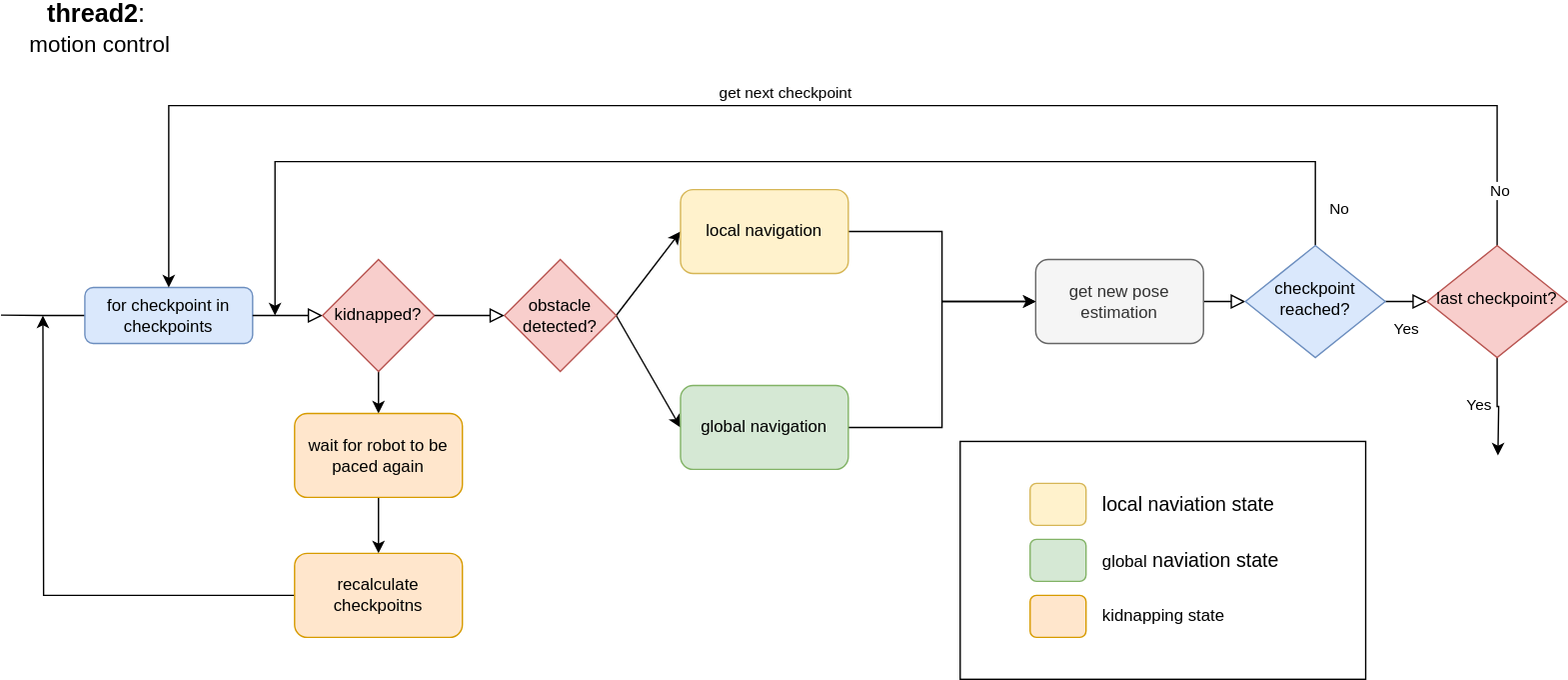
The draw.io diagram media/motor_control_flowchart.svg in LaserLisa/BOMR, before a commit. Source tidied: cells renumbered, new cells last; positions are measured from the earlier drawing's top-left corner, leaving out a move shared by most shapes.
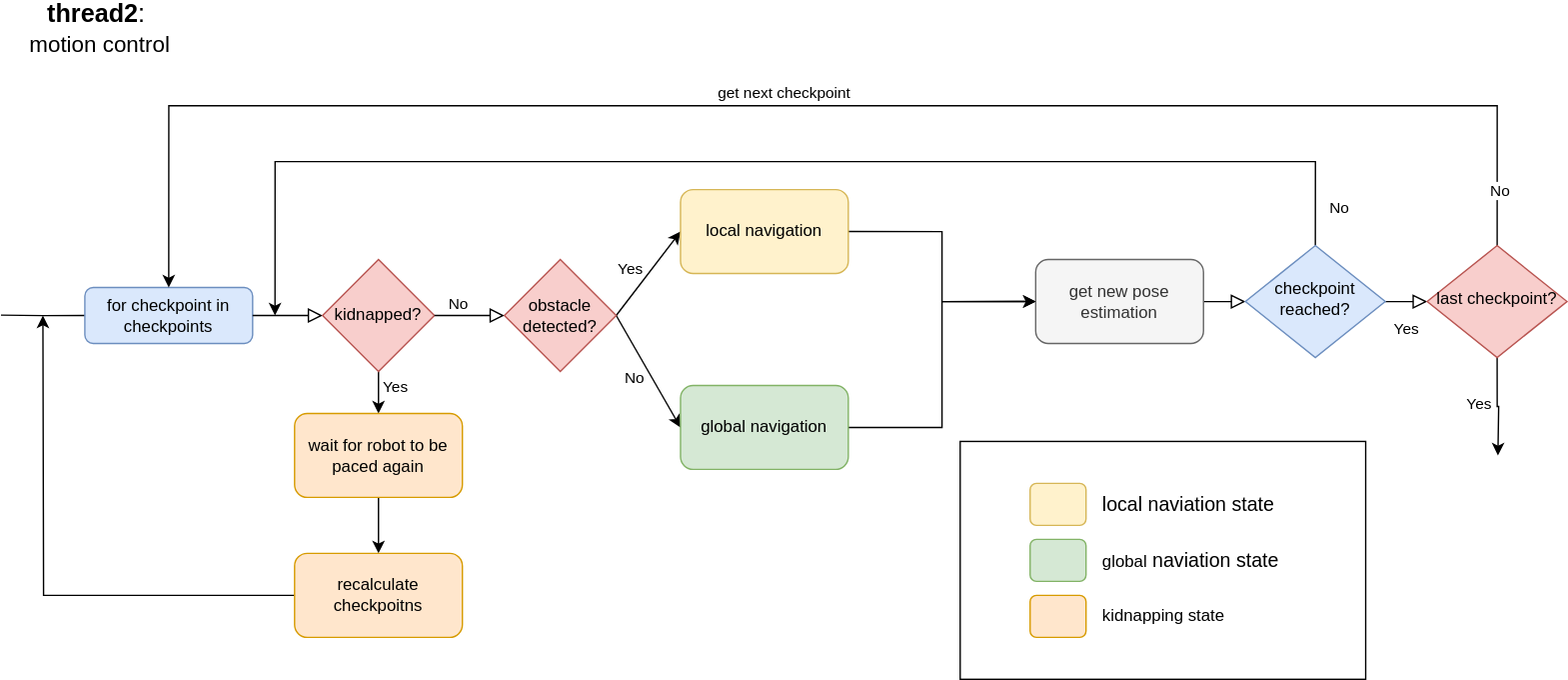
Above is the later version.

Change to the diagram source:
```diff
@@ -79,18 +79,38 @@
         <mxPoint x="270" y="290" as="targetPoint" />
       </mxGeometry>
     </mxCell>
+    <mxCell id="39" value="Yes" style="edgeLabel;html=1;align=center;verticalAlign=middle;" parent="19" vertex="1">
+      <mxGeometry x="-0.58" y="2" relative="1" as="geometry">
+        <mxPoint x="9" y="4" as="offset" />
+      </mxGeometry>
+    </mxCell>
     <mxCell id="20" value="kidnapped?" style="rhombus;whiteSpace=wrap;html=1;fillColor=#f8cecc;strokeColor=#b85450;" parent="1" vertex="1">
       <mxGeometry x="230" y="180" width="80" height="80" as="geometry" />
     </mxCell>
     <mxCell id="21" style="rounded=0;html=1;jettySize=auto;fontSize=11;endArrow=block;endFill=0;endSize=8;strokeWidth=1;shadow=0;labelBackgroundColor=none;edgeStyle=orthogonalEdgeStyle;" parent="1" edge="1" source="20" target="24">
       <mxGeometry relative="1" as="geometry" />
     </mxCell>
+    <mxCell id="40" value="No" style="edgeLabel;html=1;align=center;verticalAlign=middle;" parent="21" vertex="1">
+      <mxGeometry x="-0.22" relative="1" as="geometry">
+        <mxPoint x="-4" y="-9" as="offset" />
+      </mxGeometry>
+    </mxCell>
     <mxCell id="22" style="rounded=0;jettySize=auto;html=1;exitX=1;exitY=0.5;exitDx=0;exitDy=0;entryX=0;entryY=0.5;entryDx=0;entryDy=0;" parent="1" edge="1" source="24" target="30">
       <mxGeometry relative="1" as="geometry" />
     </mxCell>
+    <mxCell id="41" value="No" style="edgeLabel;html=1;align=center;verticalAlign=middle;" parent="22" vertex="1">
+      <mxGeometry x="-0.21" y="-4" relative="1" as="geometry">
+        <mxPoint x="-2" y="11" as="offset" />
+      </mxGeometry>
+    </mxCell>
     <mxCell id="23" style="rounded=0;jettySize=auto;html=1;exitX=1;exitY=0.5;exitDx=0;exitDy=0;entryX=0;entryY=0.5;entryDx=0;entryDy=0;" parent="1" edge="1" source="24" target="32">
       <mxGeometry relative="1" as="geometry" />
     </mxCell>
+    <mxCell id="42" value="Yes" style="edgeLabel;html=1;align=center;verticalAlign=middle;" parent="23" vertex="1">
+      <mxGeometry x="-0.11" y="-2" relative="1" as="geometry">
+        <mxPoint x="-13" y="-8" as="offset" />
+      </mxGeometry>
+    </mxCell>
     <mxCell id="24" value="obstacle detected?" style="rhombus;whiteSpace=wrap;html=1;fillColor=#f8cecc;strokeColor=#b85450;" parent="1" vertex="1">
       <mxGeometry x="360" y="180" width="80" height="80" as="geometry" />
     </mxCell>
```
